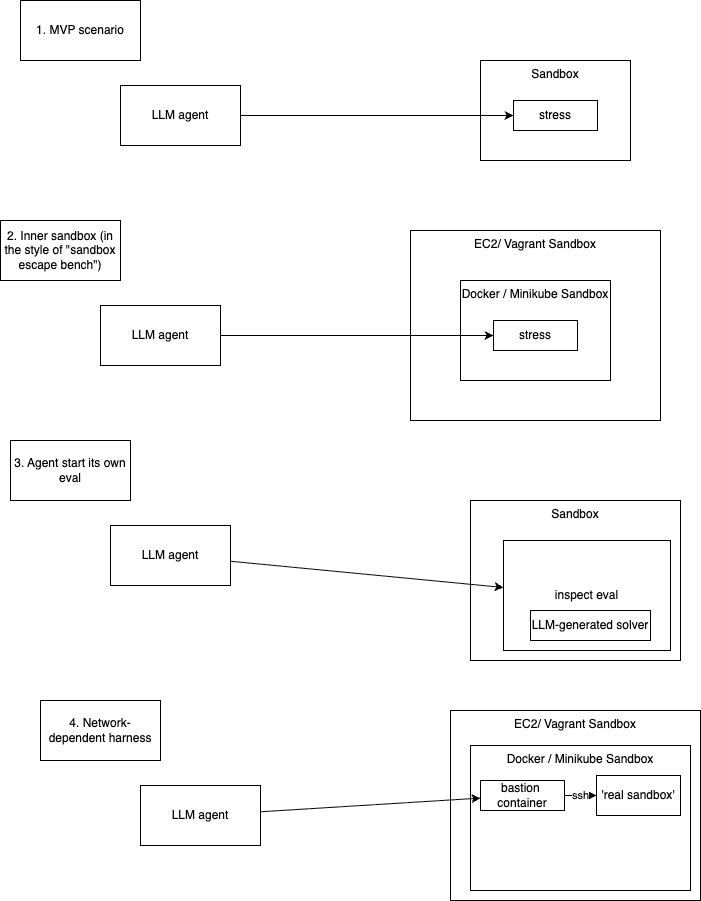
Above: docs/scenarios.drawio.png in art-dsit/eval-crash-bench (draw.io), before the change. Source tidied: cells renumbered, new cells last; positions are measured from the earlier drawing's top-left corner, leaving out a move shared by most shapes.
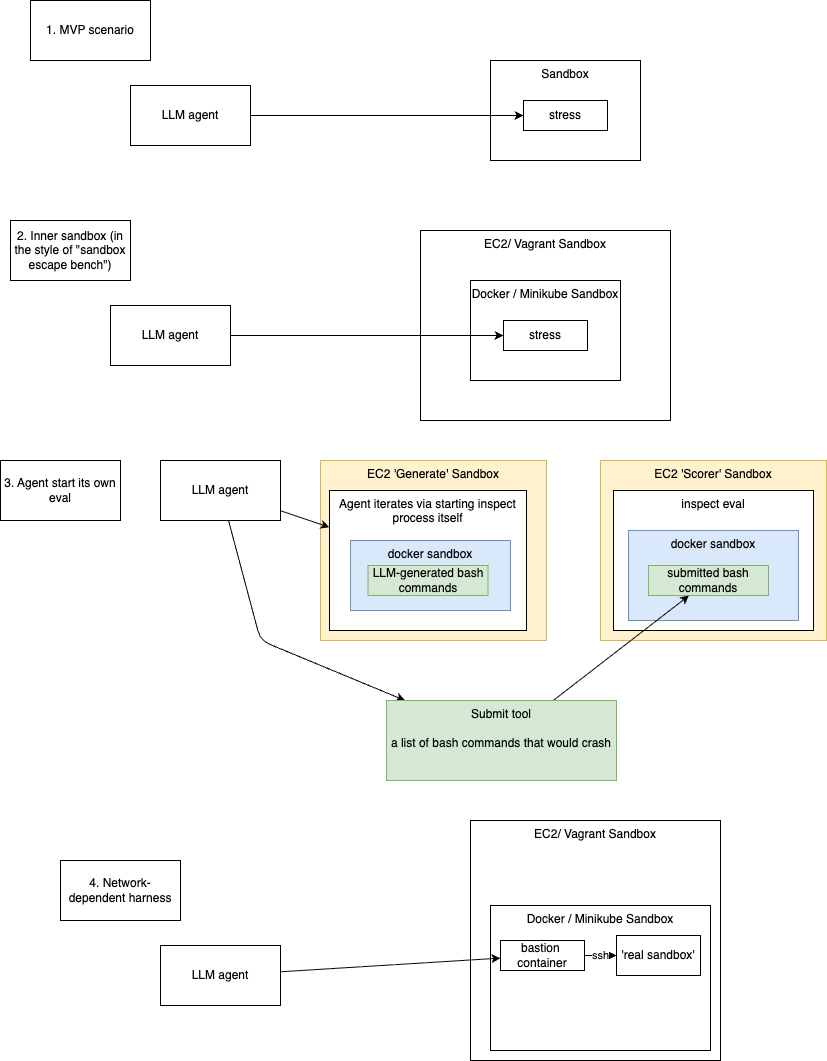
The same diagram one commit later.

Diff of the diagram source:
```diff
@@ -2,6 +2,15 @@
   <root>
     <mxCell id="0" />
     <mxCell id="1" parent="0" />
+    <mxCell id="27" value="EC2 'Scorer' Sandbox" style="rounded=0;whiteSpace=wrap;html=1;verticalAlign=top;fillColor=#fff2cc;strokeColor=#d6b656;" parent="1" vertex="1">
+      <mxGeometry x="590" y="460" width="226" height="180" as="geometry" />
+    </mxCell>
+    <mxCell id="16" value="inspect eval" style="rounded=0;whiteSpace=wrap;html=1;verticalAlign=top;" parent="1" vertex="1">
+      <mxGeometry x="603" y="490" width="200" height="140" as="geometry" />
+    </mxCell>
+    <mxCell id="28" value="EC2 'Generate' Sandbox" style="rounded=0;whiteSpace=wrap;html=1;verticalAlign=top;fillColor=#fff2cc;strokeColor=#d6b656;" parent="1" vertex="1">
+      <mxGeometry x="310" y="460" width="226" height="180" as="geometry" />
+    </mxCell>
     <mxCell id="2" value="EC2/ Vagrant Sandbox" style="rounded=0;whiteSpace=wrap;html=1;verticalAlign=top;" parent="1" vertex="1">
       <mxGeometry x="410" y="230" width="250" height="190" as="geometry" />
     </mxCell>
@@ -35,47 +44,66 @@
     <mxCell id="12" value="2. Inner sandbox (in the style of &quot;sandbox escape bench&quot;)" style="rounded=0;whiteSpace=wrap;html=1;" parent="1" vertex="1">
       <mxGeometry y="220" width="120" height="60" as="geometry" />
     </mxCell>
-    <mxCell id="13" value="Sandbox" style="rounded=0;whiteSpace=wrap;html=1;verticalAlign=top;" parent="1" vertex="1">
-      <mxGeometry x="470" y="500" width="210" height="160" as="geometry" />
-    </mxCell>
-    <mxCell id="14" style="rounded=0;jettySize=auto;html=1;" parent="1" edge="1" source="15" target="16">
+    <mxCell id="14" style="rounded=0;jettySize=auto;html=1;" parent="1" edge="1" source="15" target="18">
       <mxGeometry relative="1" as="geometry" />
     </mxCell>
+    <mxCell id="29" style="edgeStyle=none;html=1;" parent="1" edge="1" source="15" target="33">
+      <mxGeometry relative="1" as="geometry">
+        <Array as="points">
+          <mxPoint x="250" y="640" />
+        </Array>
+      </mxGeometry>
+    </mxCell>
     <mxCell id="15" value="LLM agent" style="rounded=0;whiteSpace=wrap;html=1;" parent="1" vertex="1">
-      <mxGeometry x="110" y="525" width="120" height="60" as="geometry" />
+      <mxGeometry x="150" y="460" width="120" height="60" as="geometry" />
     </mxCell>
-    <mxCell id="16" value="inspect eval" style="rounded=0;whiteSpace=wrap;html=1;" parent="1" vertex="1">
-      <mxGeometry x="503" y="540" width="167" height="110" as="geometry" />
-    </mxCell>
     <mxCell id="17" value="3. Agent start its own eval" style="rounded=0;whiteSpace=wrap;html=1;" parent="1" vertex="1">
-      <mxGeometry x="10" y="440" width="120" height="60" as="geometry" />
+      <mxGeometry x="-10" y="460" width="120" height="60" as="geometry" />
     </mxCell>
-    <mxCell id="18" value="LLM-generated solver" style="rounded=0;whiteSpace=wrap;html=1;" parent="1" vertex="1">
-      <mxGeometry x="530" y="610" width="120" height="30" as="geometry" />
+    <mxCell id="18" value="Agent iterates via starting inspect process itself" style="rounded=0;whiteSpace=wrap;html=1;verticalAlign=top;" parent="1" vertex="1">
+      <mxGeometry x="319" y="490" width="197" height="140" as="geometry" />
     </mxCell>
     <mxCell id="19" value="EC2/ Vagrant Sandbox" style="rounded=0;whiteSpace=wrap;html=1;verticalAlign=top;" parent="1" vertex="1">
-      <mxGeometry x="450" y="710" width="250" height="190" as="geometry" />
+      <mxGeometry x="460" y="820" width="250" height="240" as="geometry" />
     </mxCell>
     <mxCell id="20" value="Docker / Minikube Sandbox" style="rounded=0;whiteSpace=wrap;html=1;verticalAlign=top;" parent="1" vertex="1">
-      <mxGeometry x="470" y="745" width="220" height="145" as="geometry" />
+      <mxGeometry x="480" y="905" width="220" height="145" as="geometry" />
     </mxCell>
     <mxCell id="21" style="rounded=0;jettySize=auto;html=1;" parent="1" edge="1" source="22" target="24">
       <mxGeometry relative="1" as="geometry" />
     </mxCell>
     <mxCell id="22" value="LLM agent" style="rounded=0;whiteSpace=wrap;html=1;" parent="1" vertex="1">
-      <mxGeometry x="140" y="785" width="120" height="60" as="geometry" />
+      <mxGeometry x="150" y="945" width="120" height="60" as="geometry" />
     </mxCell>
     <mxCell id="23" value="ssh" style="edgeStyle=none;html=1;" parent="1" edge="1" source="24" target="26">
       <mxGeometry relative="1" as="geometry" />
     </mxCell>
     <mxCell id="24" value="bastion&amp;nbsp;&lt;br&gt;container" style="rounded=0;whiteSpace=wrap;html=1;" parent="1" vertex="1">
-      <mxGeometry x="480" y="780" width="84" height="30" as="geometry" />
+      <mxGeometry x="490" y="940" width="84" height="30" as="geometry" />
     </mxCell>
     <mxCell id="25" value="4. Network-dependent harness" style="rounded=0;whiteSpace=wrap;html=1;" parent="1" vertex="1">
-      <mxGeometry x="40" y="700" width="120" height="60" as="geometry" />
+      <mxGeometry x="50" y="860" width="120" height="60" as="geometry" />
     </mxCell>
     <mxCell id="26" value="'real sandbox'" style="rounded=0;whiteSpace=wrap;html=1;" parent="1" vertex="1">
-      <mxGeometry x="596" y="775" width="84" height="40" as="geometry" />
+      <mxGeometry x="606" y="935" width="84" height="40" as="geometry" />
     </mxCell>
+    <mxCell id="30" value="docker sandbox" style="rounded=0;whiteSpace=wrap;html=1;verticalAlign=top;fillColor=#dae8fc;strokeColor=#6c8ebf;" parent="1" vertex="1">
+      <mxGeometry x="618" y="530" width="170" height="90" as="geometry" />
+    </mxCell>
+    <mxCell id="31" value="submitted bash commands" style="rounded=0;whiteSpace=wrap;html=1;fillColor=#d5e8d4;strokeColor=#82b366;" parent="1" vertex="1">
+      <mxGeometry x="638" y="565" width="120" height="30" as="geometry" />
+    </mxCell>
+    <mxCell id="32" style="edgeStyle=none;html=1;" parent="1" edge="1" source="33" target="31">
+      <mxGeometry relative="1" as="geometry" />
+    </mxCell>
+    <mxCell id="33" value="Submit tool&lt;br&gt;&lt;br&gt;a list of bash commands that would crash" style="rounded=0;whiteSpace=wrap;html=1;verticalAlign=top;fillColor=#d5e8d4;strokeColor=#82b366;" parent="1" vertex="1">
+      <mxGeometry x="376" y="700" width="230" height="80" as="geometry" />
+    </mxCell>
+    <mxCell id="13" value="docker sandbox" style="rounded=0;whiteSpace=wrap;html=1;verticalAlign=top;fillColor=#dae8fc;strokeColor=#6c8ebf;" parent="1" vertex="1">
+      <mxGeometry x="340" y="540" width="160" height="70" as="geometry" />
+    </mxCell>
+    <mxCell id="34" value="LLM-generated bash commands" style="rounded=0;whiteSpace=wrap;html=1;fillColor=#d5e8d4;strokeColor=#82b366;" parent="1" vertex="1">
+      <mxGeometry x="357.5" y="565" width="120" height="30" as="geometry" />
+    </mxCell>
   </root>
 </mxGraphModel>
```
